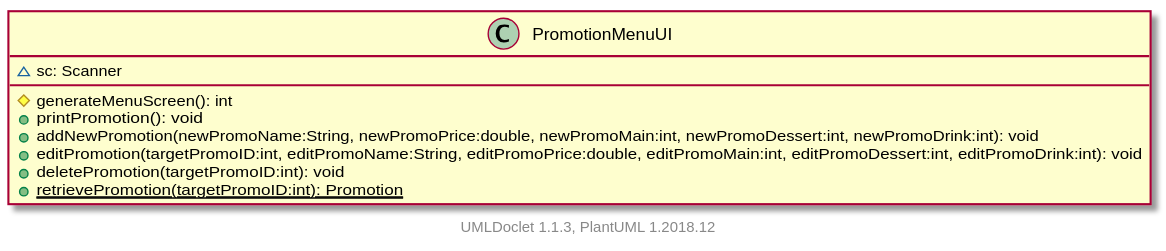
This is projects/oodp/html/umlversion/uml/sg.edu.ntu.scse.cz2002.ui.PromotionMenuUI.svg from itachi1706/How-to-use-Git-NTUSCSE1819-Site, a PlantUML export, as it was before one commit.
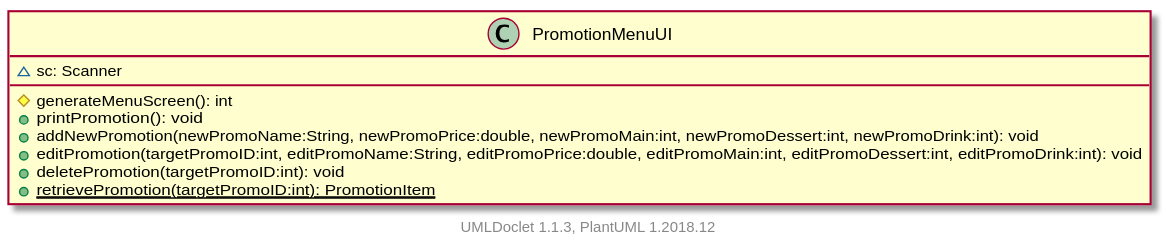
The same file after the commit.

What changed in the source:
```diff
@@ -7,7 +7,7 @@
         +addNewPromotion(newPromoName:String, newPromoPrice:double, newPromoMain:int, newPromoDessert:int, newPromoDrink:int): void
         +editPromotion(targetPromoID:int, editPromoName:String, editPromoPrice:double, editPromoMain:int, editPromoDessert:int, editPromoDrink:int): void
         +deletePromotion(targetPromoID:int): void
-        {static} +retrievePromotion(targetPromoID:int): Promotion
+        {static} +retrievePromotion(targetPromoID:int): PromotionItem
     }
 
 
```
